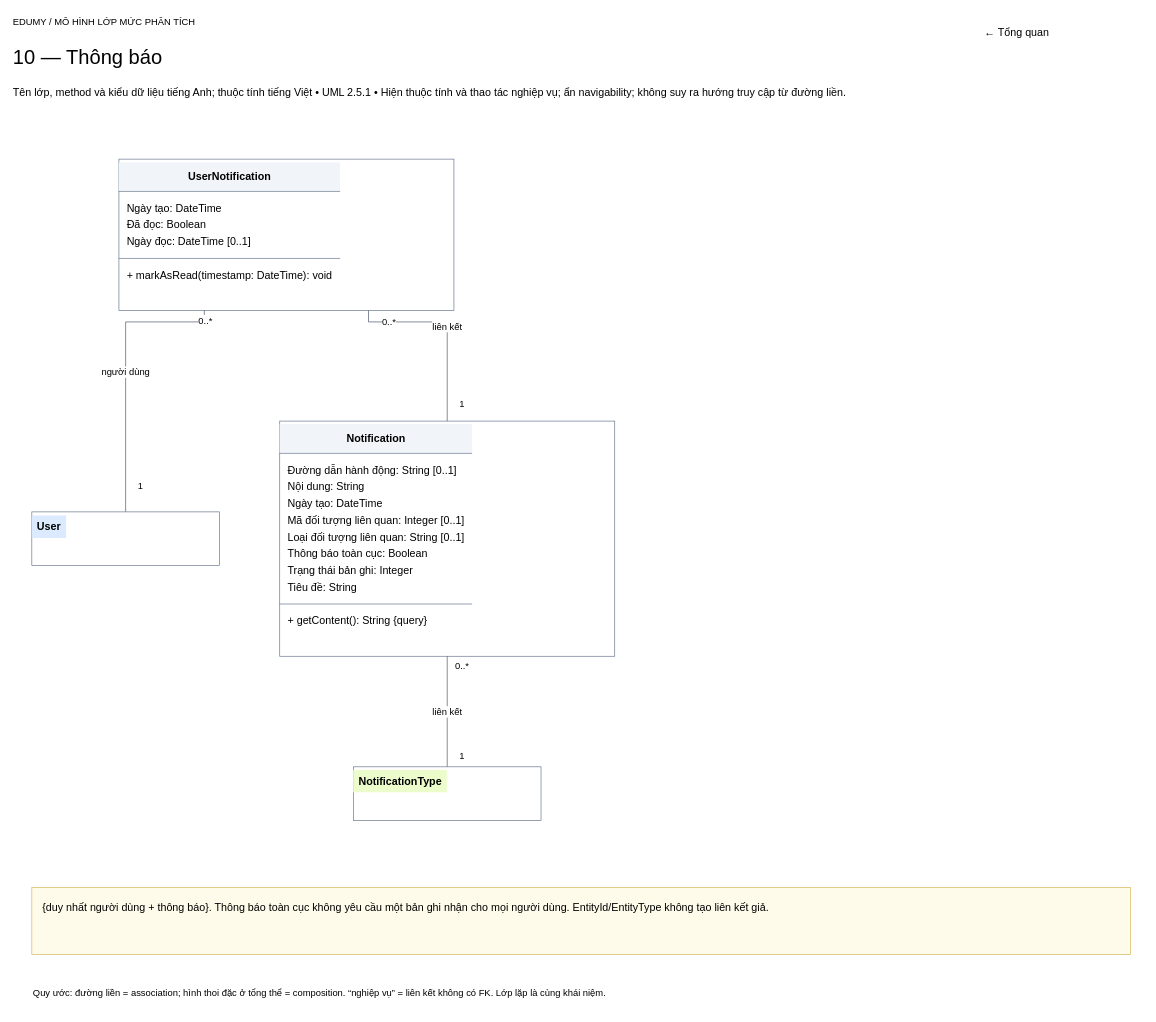
EdumyVietNam/bussiness-diagram keeps this draw.io diagram as page "10 — Thông báo" (11 of 14) of ClassDiagram/Edumy_Analysis_ClassDiagram.drawio. Above is the earlier version. Source tidied: cells renumbered, new cells numbered last; positions are measured from the earlier drawing's top-left corner, leaving out a move shared by most shapes. Both pictures are drawn from the tidied source at 67%, with x=0, y=0 at pixel (11, 11).
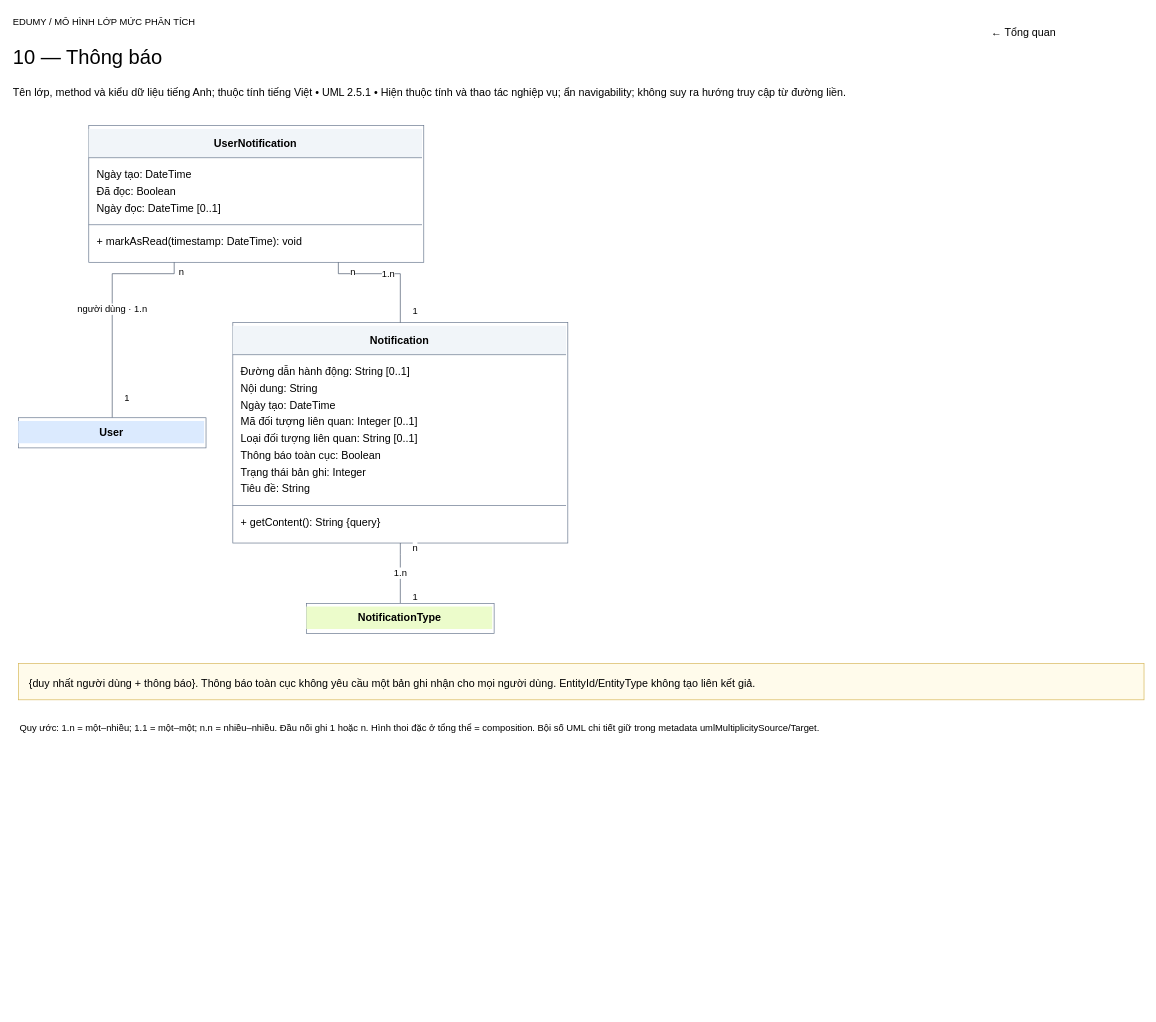
Above is the later version.

What changed in the source:
```diff
@@
     <mxCell id="5" value="← Tổng quan" style="text;html=1;whiteSpace=wrap;overflow=hidden;align=left;verticalAlign=middle;fontFamily=Arial;fontSize=16;" parent="1" vertex="1">
-      <mxGeometry x="1450" y="10" width="230" height="40" as="geometry" />
+      <mxGeometry x="1460" y="10" width="230" height="40" as="geometry" />
     </mxCell>
-    <mxCell id="6" value="&lt;div style=&quot;background:#f1f5f9;padding:12px;text-align:center&quot;&gt;&lt;b&gt;Notification&lt;/b&gt;&lt;/div&gt;&lt;div style=&quot;border-top:1px solid #64748b;padding:12px;line-height:25px&quot;&gt;Đường dẫn hành động: String [0..1]&lt;br&gt;Nội dung: String&lt;br&gt;Ngày tạo: DateTime&lt;br&gt;Mã đối tượng liên quan: Integer [0..1]&lt;br&gt;Loại đối tượng liên quan: String [0..1]&lt;br&gt;Thông báo toàn cục: Boolean&lt;br&gt;Trạng thái bản ghi: Integer&lt;br&gt;Tiêu đề: String&lt;/div&gt;&lt;div style=&quot;border-top:1px solid #64748b;padding:12px;line-height:25px&quot;&gt;+ getContent(): String {query}&lt;/div&gt;" style="rounded=0;html=1;whiteSpace=wrap;overflow=hidden;align=left;verticalAlign=top;spacing=0;fontFamily=Arial;fontSize=16;strokeColor=#64748b;fillColor=#ffffff;" parent="1" vertex="1">
-      <mxGeometry x="400" y="611" width="500" height="351" as="geometry" />
+    <mxCell id="6" value="&lt;div style=&quot;box-sizing:border-box;width:498px;max-width:none;white-space:normal;&quot;&gt;&lt;div style=&quot;box-sizing:border-box;width:100%;background:#f1f5f9;padding:12px;text-align:center&quot;&gt;&lt;b&gt;Notification&lt;/b&gt;&lt;/div&gt;&lt;div style=&quot;box-sizing:border-box;width:100%;border-top:1px solid #64748b;padding:12px;line-height:25px&quot;&gt;Đường dẫn hành động: String [0..1]&lt;br&gt;Nội dung: String&lt;br&gt;Ngày tạo: DateTime&lt;br&gt;Mã đối tượng liên quan: Integer [0..1]&lt;br&gt;Loại đối tượng liên quan: String [0..1]&lt;br&gt;Thông báo toàn cục: Boolean&lt;br&gt;Trạng thái bản ghi: Integer&lt;br&gt;Tiêu đề: String&lt;/div&gt;&lt;div style=&quot;box-sizing:border-box;width:100%;border-top:1px solid #64748b;padding:12px;line-height:25px&quot;&gt;+ getContent(): String {query}&lt;/div&gt;&lt;/div&gt;" style="rounded=0;html=1;whiteSpace=wrap;overflow=hidden;align=left;verticalAlign=top;spacing=0;fontFamily=Arial;fontSize=16;strokeColor=#64748b;fillColor=#ffffff;" parent="1" vertex="1">
+      <mxGeometry x="330" y="464" width="500" height="329" as="geometry" />
     </mxCell>
-    <mxCell id="7" value="&lt;div style=&quot;background:#f1f5f9;padding:12px;text-align:center&quot;&gt;&lt;b&gt;UserNotification&lt;/b&gt;&lt;/div&gt;&lt;div style=&quot;border-top:1px solid #64748b;padding:12px;line-height:25px&quot;&gt;Ngày tạo: DateTime&lt;br&gt;Đã đọc: Boolean&lt;br&gt;Ngày đọc: DateTime [0..1]&lt;/div&gt;&lt;div style=&quot;border-top:1px solid #64748b;padding:12px;line-height:25px&quot;&gt;+ markAsRead(timestamp: DateTime): void&lt;/div&gt;" style="rounded=0;html=1;whiteSpace=wrap;overflow=hidden;align=left;verticalAlign=top;spacing=0;fontFamily=Arial;fontSize=16;strokeColor=#64748b;fillColor=#ffffff;" parent="1" vertex="1">
-      <mxGeometry x="160" y="220" width="500" height="226" as="geometry" />
+    <mxCell id="7" value="&lt;div style=&quot;box-sizing:border-box;width:498px;max-width:none;white-space:normal;&quot;&gt;&lt;div style=&quot;box-sizing:border-box;width:100%;background:#f1f5f9;padding:12px;text-align:center&quot;&gt;&lt;b&gt;UserNotification&lt;/b&gt;&lt;/div&gt;&lt;div style=&quot;box-sizing:border-box;width:100%;border-top:1px solid #64748b;padding:12px;line-height:25px&quot;&gt;Ngày tạo: DateTime&lt;br&gt;Đã đọc: Boolean&lt;br&gt;Ngày đọc: DateTime [0..1]&lt;/div&gt;&lt;div style=&quot;box-sizing:border-box;width:100%;border-top:1px solid #64748b;padding:12px;line-height:25px&quot;&gt;+ markAsRead(timestamp: DateTime): void&lt;/div&gt;&lt;/div&gt;" style="rounded=0;html=1;whiteSpace=wrap;overflow=hidden;align=left;verticalAlign=top;spacing=0;fontFamily=Arial;fontSize=16;strokeColor=#64748b;fillColor=#ffffff;" parent="1" vertex="1">
+      <mxGeometry x="115" y="170" width="500" height="204" as="geometry" />
     </mxCell>
     <mxCell id="8" value="{duy nhất người dùng + thông báo}. Thông báo toàn cục không yêu cầu một bản ghi nhận cho mọi người dùng. EntityId/EntityType không tạo liên kết giả." style="rounded=0;html=1;whiteSpace=wrap;overflow=hidden;align=left;verticalAlign=top;spacing=0;fontFamily=Arial;fontSize=16;strokeColor=#64748b;fillColor=#fffbeb;spacing=16;strokeColor=#d6b656;" parent="1" vertex="1">
-      <mxGeometry x="30" y="1307" width="1640" height="100" as="geometry" />
+      <mxGeometry x="10" y="973" width="1680" height="54" as="geometry" />
     </mxCell>
-    <mxCell id="9" value="liên kết" style="edgeStyle=orthogonalEdgeStyle;rounded=0;html=1;endArrow=none;startArrow=none;strokeColor=#475569;fontSize=14;labelBackgroundColor=#ffffff;jettySize=auto;" parent="1" edge="1" source="6" target="19">
+    <mxCell id="9" value="1.n" style="edgeStyle=orthogonalEdgeStyle;rounded=0;html=1;endArrow=none;startArrow=none;strokeColor=#475569;fontSize=14;labelBackgroundColor=#ffffff;jettySize=auto;" parent="1" edge="1" source="6" target="19">
       <mxGeometry relative="1" as="geometry">
         <Array as="points">
-          <mxPoint x="650" y="979" />
-          <mxPoint x="650" y="1115" />
+          <mxPoint x="580" y="810" />
+          <mxPoint x="580" y="871" />
         </Array>
       </mxGeometry>
     </mxCell>
-    <mxCell id="10" value="0..*" style="edgeLabel;html=1;align=center;verticalAlign=middle;fontSize=14;labelBackgroundColor=#ffffff;" parent="9" vertex="1">
+    <mxCell id="10" value="n" style="edgeLabel;html=1;align=center;verticalAlign=middle;fontSize=14;labelBackgroundColor=#ffffff;" parent="9" vertex="1">
       <mxGeometry x="-0.82" y="-1" width="45" height="22" relative="1" as="geometry">
         <mxPoint y="-12" as="offset" />
       </mxGeometry>
     </mxCell>
@@
-    <mxCell id="12" value="người dùng" style="edgeStyle=orthogonalEdgeStyle;rounded=0;html=1;endArrow=none;startArrow=none;strokeColor=#475569;fontSize=14;labelBackgroundColor=#ffffff;jettySize=auto;" parent="1" edge="1" source="7" target="20">
+    <mxCell id="12" value="người dùng · 1.n" style="edgeStyle=orthogonalEdgeStyle;rounded=0;html=1;endArrow=none;startArrow=none;strokeColor=#475569;fontSize=14;labelBackgroundColor=#ffffff;jettySize=auto;" parent="1" edge="1" source="7" target="20">
       <mxGeometry relative="1" as="geometry">
         <Array as="points">
-          <mxPoint x="287.5" y="463" />
-          <mxPoint x="170" y="599" />
+          <mxPoint x="242.5" y="391" />
+          <mxPoint x="150" y="452" />
         </Array>
       </mxGeometry>
     </mxCell>
-    <mxCell id="13" value="0..*" style="edgeLabel;html=1;align=center;verticalAlign=middle;fontSize=14;labelBackgroundColor=#ffffff;" parent="12" vertex="1">
+    <mxCell id="13" value="n" style="edgeLabel;html=1;align=center;verticalAlign=middle;fontSize=14;labelBackgroundColor=#ffffff;" parent="12" vertex="1">
       <mxGeometry x="-0.82" y="-1" width="45" height="22" relative="1" as="geometry">
         <mxPoint y="-12" as="offset" />
       </mxGeometry>
     </mxCell>
@@
-    <mxCell id="15" value="liên kết" style="edgeStyle=orthogonalEdgeStyle;rounded=0;html=1;endArrow=none;startArrow=none;strokeColor=#475569;fontSize=14;labelBackgroundColor=#ffffff;jettySize=auto;" parent="1" edge="1" source="7" target="6">
+    <mxCell id="15" value="1.n" style="edgeStyle=orthogonalEdgeStyle;rounded=0;html=1;endArrow=none;startArrow=none;strokeColor=#475569;fontSize=14;labelBackgroundColor=#ffffff;jettySize=auto;" parent="1" edge="1" source="7" target="6">
       <mxGeometry relative="1" as="geometry">
         <Array as="points">
-          <mxPoint x="532.5" y="463" />
-          <mxPoint x="650" y="599" />
+          <mxPoint x="487.5" y="391" />
+          <mxPoint x="580" y="452" />
         </Array>
       </mxGeometry>
     </mxCell>
-    <mxCell id="16" value="0..*" style="edgeLabel;html=1;align=center;verticalAlign=middle;fontSize=14;labelBackgroundColor=#ffffff;" parent="15" vertex="1">
+    <mxCell id="16" value="n" style="edgeLabel;html=1;align=center;verticalAlign=middle;fontSize=14;labelBackgroundColor=#ffffff;" parent="15" vertex="1">
       <mxGeometry x="-0.82" y="-1" width="45" height="22" relative="1" as="geometry">
         <mxPoint y="-12" as="offset" />
       </mxGeometry>
     </mxCell>
@@
-    <mxCell id="18" value="Quy ước: đường liền = association; hình thoi đặc ở tổng thể = composition. “nghiệp vụ” = liên kết không có FK. Lớp lặp là cùng khái niệm." style="text;html=1;whiteSpace=wrap;overflow=hidden;align=left;verticalAlign=middle;fontFamily=Arial;fontSize=16;fontSize=14;" parent="1" vertex="1">
-      <mxGeometry x="30" y="1437" width="1640" height="55" as="geometry" />
+    <mxCell id="18" value="Quy ước: 1.n = một–nhiều; 1.1 = một–một; n.n = nhiều–nhiều. Đầu nối ghi 1 hoặc n. Hình thoi đặc ở tổng thể = composition. Bội số UML chi tiết giữ trong metadata umlMultiplicitySource/Target." style="text;html=1;whiteSpace=wrap;overflow=hidden;align=left;verticalAlign=middle;fontFamily=Arial;fontSize=16;fontSize=14;" parent="1" vertex="1">
+      <mxGeometry x="10" y="1042" width="1680" height="54" as="geometry" />
     </mxCell>
-    <mxCell id="19" value="&lt;div style=&quot;background:#ecfccb;padding:8px;font-size:16px;line-height:18px;text-align:center&quot;&gt;&lt;b&gt;NotificationType&lt;/b&gt;&lt;/div&gt;" style="rounded=0;html=1;whiteSpace=wrap;overflow=hidden;align=left;verticalAlign=top;spacing=0;fontFamily=Arial;fontSize=16;strokeColor=#64748b;fillColor=#ffffff;" parent="1" vertex="1">
-      <mxGeometry x="510" y="1127" width="280" height="80" as="geometry" />
+    <mxCell id="19" value="&lt;div style=&quot;box-sizing:border-box;width:278px;max-width:none;white-space:normal;&quot;&gt;&lt;div style=&quot;box-sizing:border-box;width:100%;background:#ecfccb;padding:8px;font-size:16px;line-height:18px;text-align:center&quot;&gt;&lt;b&gt;NotificationType&lt;/b&gt;&lt;/div&gt;&lt;/div&gt;" style="rounded=0;html=1;whiteSpace=wrap;overflow=hidden;align=left;verticalAlign=top;spacing=0;fontFamily=Arial;fontSize=16;strokeColor=#64748b;fillColor=#ffffff;" parent="1" vertex="1">
+      <mxGeometry x="440" y="883" width="280" height="45" as="geometry" />
     </mxCell>
-    <mxCell id="20" value="&lt;div style=&quot;background:#dbeafe;padding:8px;font-size:16px;line-height:18px;text-align:center&quot;&gt;&lt;b&gt;User&lt;/b&gt;&lt;/div&gt;" style="rounded=0;html=1;whiteSpace=wrap;overflow=hidden;align=left;verticalAlign=top;spacing=0;fontFamily=Arial;fontSize=16;strokeColor=#64748b;fillColor=#ffffff;" parent="1" vertex="1">
-      <mxGeometry x="30" y="746.5" width="280" height="80" as="geometry" />
+    <mxCell id="20" value="&lt;div style=&quot;box-sizing:border-box;width:278px;max-width:none;white-space:normal;&quot;&gt;&lt;div style=&quot;box-sizing:border-box;width:100%;background:#dbeafe;padding:8px;font-size:16px;line-height:18px;text-align:center&quot;&gt;&lt;b&gt;User&lt;/b&gt;&lt;/div&gt;&lt;/div&gt;" style="rounded=0;html=1;whiteSpace=wrap;overflow=hidden;align=left;verticalAlign=top;spacing=0;fontFamily=Arial;fontSize=16;strokeColor=#64748b;fillColor=#ffffff;" parent="1" vertex="1">
+      <mxGeometry x="10" y="606" width="280" height="45" as="geometry" />
     </mxCell>
```
